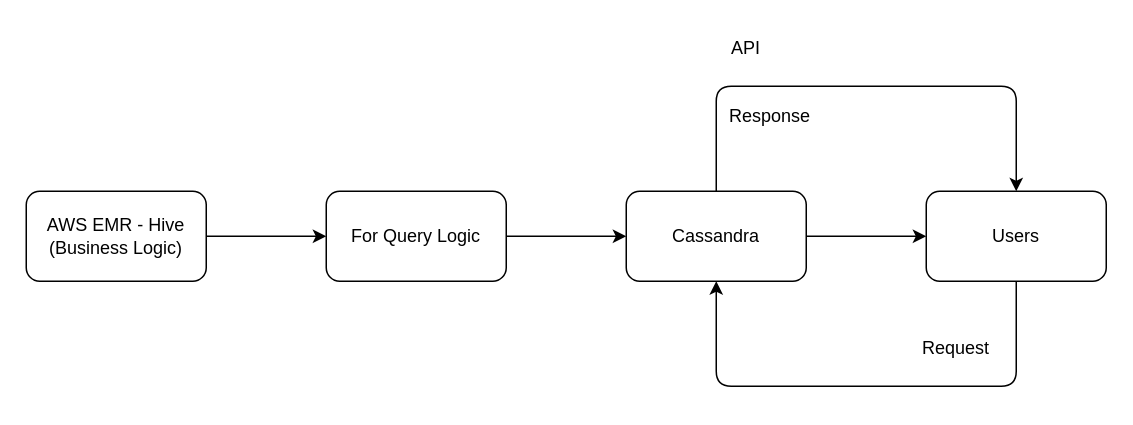
Earlier version of the draw.io diagram page "Design API" (2 of 3) of infra/project_infra.drawio (NickHuangbeauty/udacity_capstone_project). Source tidied: cells renumbered, new cells numbered last; positions are measured from the earlier drawing's top-left corner, leaving out a move shared by most shapes. Both pictures are drawn from the tidied source at 150%, with x=0, y=0 at pixel (26, 26).
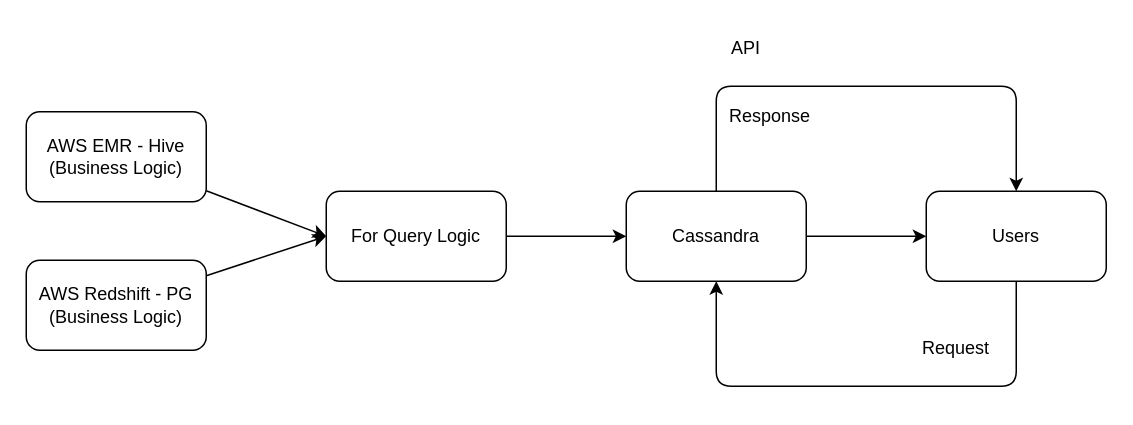
The same page after the edit.

The edit, as a diff of the source:
```diff
@@
 <mxGraphModel>
   <root>
     <mxCell id="0" />
     <mxCell id="1" parent="0" />
-    <mxCell id="2" style="edgeStyle=none;html=1;" parent="1" edge="1" source="3" target="5">
+    <mxCell id="2" style="edgeStyle=none;html=1;entryX=0;entryY=0.5;entryDx=0;entryDy=0;" parent="1" edge="1" source="3" target="5">
       <mxGeometry relative="1" as="geometry" />
     </mxCell>
     <mxCell id="3" value="AWS EMR - Hive&lt;br&gt;(Business Logic)" style="rounded=1;whiteSpace=wrap;html=1;" parent="1" vertex="1">
-      <mxGeometry y="110" width="120" height="60" as="geometry" />
+      <mxGeometry y="57" width="120" height="60" as="geometry" />
     </mxCell>
     <mxCell id="4" style="edgeStyle=none;html=1;" parent="1" edge="1" source="5" target="8">
       <mxGeometry relative="1" as="geometry" />
     </mxCell>
     <mxCell id="5" value="For Query Logic" style="whiteSpace=wrap;html=1;rounded=1;" parent="1" vertex="1">
       <mxGeometry x="200" y="110" width="120" height="60" as="geometry" />
     </mxCell>
     <mxCell id="6" style="edgeStyle=none;html=1;" parent="1" edge="1" source="8" target="10">
       <mxGeometry relative="1" as="geometry" />
     </mxCell>
     <mxCell id="7" style="edgeStyle=none;html=1;entryX=0.5;entryY=0;entryDx=0;entryDy=0;exitX=0.5;exitY=0;exitDx=0;exitDy=0;" parent="1" edge="1" source="8" target="10">
       <mxGeometry relative="1" as="geometry">
         <Array as="points">
           <mxPoint x="460" y="40" />
           <mxPoint x="660" y="40" />
         </Array>
       </mxGeometry>
     </mxCell>
     <mxCell id="8" value="Cassandra" style="whiteSpace=wrap;html=1;rounded=1;" parent="1" vertex="1">
       <mxGeometry x="400" y="110" width="120" height="60" as="geometry" />
     </mxCell>
     <mxCell id="9" style="edgeStyle=none;html=1;entryX=0.5;entryY=1;entryDx=0;entryDy=0;" parent="1" edge="1" source="10" target="8">
       <mxGeometry relative="1" as="geometry">
         <Array as="points">
           <mxPoint x="660" y="240" />
           <mxPoint x="460" y="240" />
         </Array>
       </mxGeometry>
     </mxCell>
     <mxCell id="10" value="Users" style="whiteSpace=wrap;html=1;rounded=1;" parent="1" vertex="1">
       <mxGeometry x="600" y="110" width="120" height="60" as="geometry" />
     </mxCell>
     <mxCell id="11" value="API" style="text;html=1;strokeColor=none;fillColor=none;align=center;verticalAlign=middle;whiteSpace=wrap;rounded=0;" parent="1" vertex="1">
       <mxGeometry x="450" width="60" height="30" as="geometry" />
     </mxCell>
     <mxCell id="12" value="Request" style="text;html=1;strokeColor=none;fillColor=none;align=center;verticalAlign=middle;whiteSpace=wrap;rounded=0;" parent="1" vertex="1">
       <mxGeometry x="590" y="200" width="60" height="30" as="geometry" />
     </mxCell>
     <mxCell id="13" value="Response" style="text;html=1;strokeColor=none;fillColor=none;align=center;verticalAlign=middle;whiteSpace=wrap;rounded=0;" parent="1" vertex="1">
       <mxGeometry x="466" y="45" width="60" height="30" as="geometry" />
     </mxCell>
+    <mxCell id="14" style="edgeStyle=none;html=1;entryX=0;entryY=0.5;entryDx=0;entryDy=0;" parent="1" edge="1" source="15" target="5">
+      <mxGeometry relative="1" as="geometry" />
+    </mxCell>
+    <mxCell id="15" value="AWS Redshift - PG&lt;br&gt;(Business Logic)" style="rounded=1;whiteSpace=wrap;html=1;" parent="1" vertex="1">
+      <mxGeometry y="156" width="120" height="60" as="geometry" />
+    </mxCell>
   </root>
 </mxGraphModel>
```
